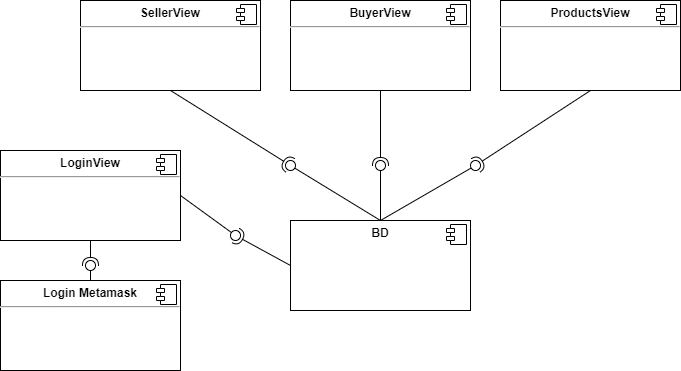
The draw.io diagram ComponentsDiagram.png in andiazo/ITRM-react-project0, before a commit. Source tidied: cells renumbered, new cells last; positions are measured from the earlier drawing's top-left corner, leaving out a move shared by most shapes.
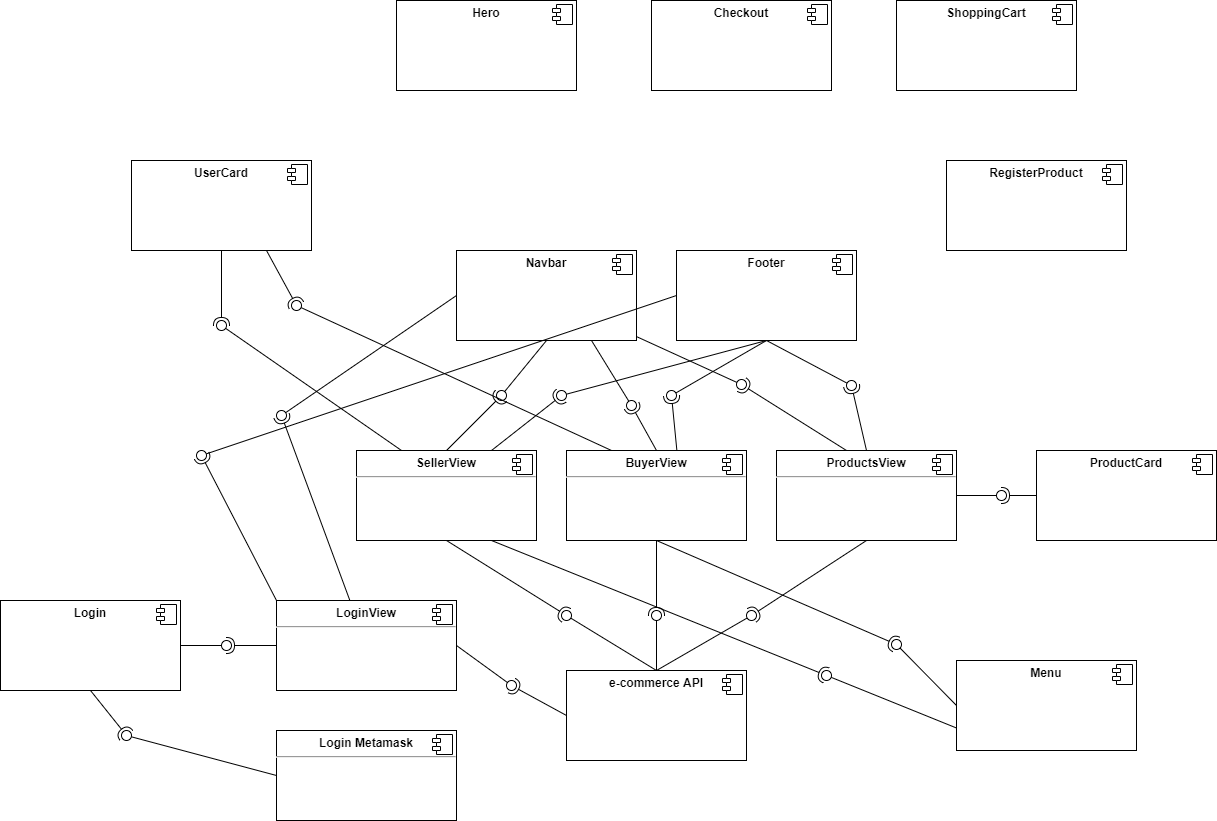
After the change.

Commit message:
Update component diagrams

The edit, as a diff of the source:
```diff
@@ -10,7 +10,7 @@
         <mxPoint x="-24" y="4" as="offset" />
       </mxGeometry>
     </mxCell>
-    <mxCell id="4" value="&lt;p style=&quot;margin: 0px ; margin-top: 6px ; text-align: center&quot;&gt;&lt;b&gt;BD&lt;/b&gt;&lt;/p&gt;&lt;p style=&quot;margin: 0px ; margin-left: 8px&quot;&gt;&lt;br&gt;&lt;/p&gt;" style="align=left;overflow=fill;html=1;" parent="1" vertex="1">
+    <mxCell id="4" value="&lt;p style=&quot;margin: 0px ; margin-top: 6px ; text-align: center&quot;&gt;&lt;b&gt;e-commerce API&lt;/b&gt;&lt;/p&gt;&lt;p style=&quot;margin: 0px ; margin-left: 8px&quot;&gt;&lt;br&gt;&lt;/p&gt;" style="align=left;overflow=fill;html=1;" parent="1" vertex="1">
       <mxGeometry x="290" y="220" width="180" height="90" as="geometry" />
     </mxCell>
     <mxCell id="5" style="shape=component;jettyWidth=8;jettyHeight=4;" parent="4" vertex="1">
@@ -86,14 +86,222 @@
         <mxPoint x="-24" y="4" as="offset" />
       </mxGeometry>
     </mxCell>
-    <mxCell id="26" style="rounded=0;jettySize=auto;html=1;endArrow=none;endFill=0;sketch=0;sourcePerimeterSpacing=0;targetPerimeterSpacing=0;exitX=0.5;exitY=0;exitDx=0;exitDy=0;" parent="1" edge="1" source="24" target="28">
+    <mxCell id="26" style="rounded=0;jettySize=auto;html=1;endArrow=none;endFill=0;sketch=0;sourcePerimeterSpacing=0;targetPerimeterSpacing=0;exitX=0;exitY=0.5;exitDx=0;exitDy=0;" parent="1" edge="1" source="24" target="28">
       <mxGeometry relative="1" as="geometry" />
     </mxCell>
-    <mxCell id="27" style="rounded=0;jettySize=auto;html=1;endArrow=halfCircle;endFill=0;entryX=0.5;entryY=0.5;endSize=6;strokeWidth=1;sketch=0;exitX=0.5;exitY=1;exitDx=0;exitDy=0;" parent="1" edge="1" source="19" target="28">
+    <mxCell id="27" style="rounded=0;jettySize=auto;html=1;endArrow=halfCircle;endFill=0;entryX=0.5;entryY=0.5;endSize=6;strokeWidth=1;sketch=0;exitX=0.5;exitY=1;exitDx=0;exitDy=0;" parent="1" edge="1" source="35" target="28">
       <mxGeometry relative="1" as="geometry" />
     </mxCell>
     <mxCell id="28" style="ellipse;whiteSpace=wrap;html=1;align=center;points=[];outlineConnect=0;sketch=0;" parent="1" vertex="1">
-      <mxGeometry x="85" y="260" width="10" height="10" as="geometry" />
+      <mxGeometry x="-155" y="280" width="10" height="10" as="geometry" />
     </mxCell>
+    <mxCell id="29" value="&lt;p style=&quot;margin: 0px ; margin-top: 6px ; text-align: center&quot;&gt;&lt;b&gt;Navbar&lt;/b&gt;&lt;/p&gt;&lt;p style=&quot;margin: 0px ; margin-left: 8px&quot;&gt;&lt;br&gt;&lt;/p&gt;" style="align=left;overflow=fill;html=1;" parent="1" vertex="1">
+      <mxGeometry x="180" y="-200" width="180" height="90" as="geometry" />
+    </mxCell>
+    <mxCell id="30" style="shape=component;jettyWidth=8;jettyHeight=4;" parent="29" vertex="1">
+      <mxGeometry x="1" width="20" height="20" relative="1" as="geometry">
+        <mxPoint x="-24" y="4" as="offset" />
+      </mxGeometry>
+    </mxCell>
+    <mxCell id="31" value="&lt;p style=&quot;margin: 0px ; margin-top: 6px ; text-align: center&quot;&gt;&lt;b&gt;Footer&lt;/b&gt;&lt;/p&gt;" style="align=left;overflow=fill;html=1;" parent="1" vertex="1">
+      <mxGeometry x="400" y="-200" width="180" height="90" as="geometry" />
+    </mxCell>
+    <mxCell id="32" style="shape=component;jettyWidth=8;jettyHeight=4;" parent="31" vertex="1">
+      <mxGeometry x="1" width="20" height="20" relative="1" as="geometry">
+        <mxPoint x="-24" y="4" as="offset" />
+      </mxGeometry>
+    </mxCell>
+    <mxCell id="33" value="&lt;p style=&quot;margin: 0px ; margin-top: 6px ; text-align: center&quot;&gt;&lt;b&gt;ProductCard&lt;/b&gt;&lt;/p&gt;" style="align=left;overflow=fill;html=1;" parent="1" vertex="1">
+      <mxGeometry x="760" width="180" height="90" as="geometry" />
+    </mxCell>
+    <mxCell id="34" style="shape=component;jettyWidth=8;jettyHeight=4;" parent="33" vertex="1">
+      <mxGeometry x="1" width="20" height="20" relative="1" as="geometry">
+        <mxPoint x="-24" y="4" as="offset" />
+      </mxGeometry>
+    </mxCell>
+    <mxCell id="35" value="&lt;p style=&quot;margin: 0px ; margin-top: 6px ; text-align: center&quot;&gt;&lt;b&gt;Login&lt;/b&gt;&lt;/p&gt;" style="align=left;overflow=fill;html=1;" parent="1" vertex="1">
+      <mxGeometry x="-276" y="150" width="180" height="90" as="geometry" />
+    </mxCell>
+    <mxCell id="36" style="shape=component;jettyWidth=8;jettyHeight=4;" parent="35" vertex="1">
+      <mxGeometry x="1" width="20" height="20" relative="1" as="geometry">
+        <mxPoint x="-24" y="4" as="offset" />
+      </mxGeometry>
+    </mxCell>
+    <mxCell id="37" value="&lt;p style=&quot;margin: 0px ; margin-top: 6px ; text-align: center&quot;&gt;&lt;b&gt;UserCard&lt;/b&gt;&lt;/p&gt;" style="align=left;overflow=fill;html=1;" parent="1" vertex="1">
+      <mxGeometry x="-145" y="-290" width="180" height="90" as="geometry" />
+    </mxCell>
+    <mxCell id="38" style="shape=component;jettyWidth=8;jettyHeight=4;" parent="37" vertex="1">
+      <mxGeometry x="1" width="20" height="20" relative="1" as="geometry">
+        <mxPoint x="-24" y="4" as="offset" />
+      </mxGeometry>
+    </mxCell>
+    <mxCell id="39" value="&lt;p style=&quot;margin: 0px ; margin-top: 6px ; text-align: center&quot;&gt;&lt;b&gt;Checkout&lt;/b&gt;&lt;/p&gt;" style="align=left;overflow=fill;html=1;" parent="1" vertex="1">
+      <mxGeometry x="375" y="-450" width="180" height="90" as="geometry" />
+    </mxCell>
+    <mxCell id="40" style="shape=component;jettyWidth=8;jettyHeight=4;" parent="39" vertex="1">
+      <mxGeometry x="1" width="20" height="20" relative="1" as="geometry">
+        <mxPoint x="-24" y="4" as="offset" />
+      </mxGeometry>
+    </mxCell>
+    <mxCell id="41" value="&lt;p style=&quot;margin: 0px ; margin-top: 6px ; text-align: center&quot;&gt;&lt;b&gt;ShoppingCart&lt;/b&gt;&lt;/p&gt;" style="align=left;overflow=fill;html=1;" parent="1" vertex="1">
+      <mxGeometry x="620" y="-450" width="180" height="90" as="geometry" />
+    </mxCell>
+    <mxCell id="42" style="shape=component;jettyWidth=8;jettyHeight=4;" parent="41" vertex="1">
+      <mxGeometry x="1" width="20" height="20" relative="1" as="geometry">
+        <mxPoint x="-24" y="4" as="offset" />
+      </mxGeometry>
+    </mxCell>
+    <mxCell id="43" value="&lt;p style=&quot;margin: 0px ; margin-top: 6px ; text-align: center&quot;&gt;&lt;b&gt;RegisterProduct&lt;/b&gt;&lt;/p&gt;" style="align=left;overflow=fill;html=1;" parent="1" vertex="1">
+      <mxGeometry x="670" y="-290" width="180" height="90" as="geometry" />
+    </mxCell>
+    <mxCell id="44" style="shape=component;jettyWidth=8;jettyHeight=4;" parent="43" vertex="1">
+      <mxGeometry x="1" width="20" height="20" relative="1" as="geometry">
+        <mxPoint x="-24" y="4" as="offset" />
+      </mxGeometry>
+    </mxCell>
+    <mxCell id="45" value="&lt;p style=&quot;margin: 0px ; margin-top: 6px ; text-align: center&quot;&gt;&lt;b&gt;Menu&lt;/b&gt;&lt;/p&gt;" style="align=left;overflow=fill;html=1;" parent="1" vertex="1">
+      <mxGeometry x="680" y="210" width="180" height="90" as="geometry" />
+    </mxCell>
+    <mxCell id="46" style="shape=component;jettyWidth=8;jettyHeight=4;" parent="45" vertex="1">
+      <mxGeometry x="1" width="20" height="20" relative="1" as="geometry">
+        <mxPoint x="-24" y="4" as="offset" />
+      </mxGeometry>
+    </mxCell>
+    <mxCell id="47" value="&lt;p style=&quot;margin: 0px ; margin-top: 6px ; text-align: center&quot;&gt;&lt;b&gt;Hero&lt;/b&gt;&lt;/p&gt;" style="align=left;overflow=fill;html=1;" parent="1" vertex="1">
+      <mxGeometry x="120" y="-450" width="180" height="90" as="geometry" />
+    </mxCell>
+    <mxCell id="48" style="shape=component;jettyWidth=8;jettyHeight=4;" parent="47" vertex="1">
+      <mxGeometry x="1" width="20" height="20" relative="1" as="geometry">
+        <mxPoint x="-24" y="4" as="offset" />
+      </mxGeometry>
+    </mxCell>
+    <mxCell id="49" style="rounded=0;jettySize=auto;html=1;endArrow=none;endFill=0;sketch=0;sourcePerimeterSpacing=0;targetPerimeterSpacing=0;exitX=0.5;exitY=1;exitDx=0;exitDy=0;" parent="1" edge="1" source="29" target="51">
+      <mxGeometry relative="1" as="geometry" />
+    </mxCell>
+    <mxCell id="50" style="rounded=0;jettySize=auto;html=1;endArrow=halfCircle;endFill=0;entryX=0.5;entryY=0.5;endSize=6;strokeWidth=1;sketch=0;exitX=0.5;exitY=0;exitDx=0;exitDy=0;" parent="1" edge="1" source="2" target="51">
+      <mxGeometry relative="1" as="geometry" />
+    </mxCell>
+    <mxCell id="51" style="ellipse;whiteSpace=wrap;html=1;align=center;points=[];outlineConnect=0;sketch=0;" parent="1" vertex="1">
+      <mxGeometry x="220" y="-60" width="10" height="10" as="geometry" />
+    </mxCell>
+    <mxCell id="52" style="rounded=0;jettySize=auto;html=1;endArrow=none;endFill=0;sketch=0;sourcePerimeterSpacing=0;targetPerimeterSpacing=0;exitX=0.75;exitY=1;exitDx=0;exitDy=0;" parent="1" edge="1" source="29" target="54">
+      <mxGeometry relative="1" as="geometry" />
+    </mxCell>
+    <mxCell id="53" style="rounded=0;jettySize=auto;html=1;endArrow=halfCircle;endFill=0;entryX=0.5;entryY=0.5;endSize=6;strokeWidth=1;sketch=0;exitX=0.5;exitY=0;exitDx=0;exitDy=0;" parent="1" edge="1" source="9" target="54">
+      <mxGeometry relative="1" as="geometry" />
+    </mxCell>
+    <mxCell id="54" style="ellipse;whiteSpace=wrap;html=1;align=center;points=[];outlineConnect=0;sketch=0;" parent="1" vertex="1">
+      <mxGeometry x="350" y="-50" width="10" height="10" as="geometry" />
+    </mxCell>
+    <mxCell id="55" style="rounded=0;jettySize=auto;html=1;endArrow=none;endFill=0;sketch=0;sourcePerimeterSpacing=0;targetPerimeterSpacing=0;" parent="1" edge="1" source="29" target="57">
+      <mxGeometry relative="1" as="geometry" />
+    </mxCell>
+    <mxCell id="56" style="rounded=0;jettySize=auto;html=1;endArrow=halfCircle;endFill=0;entryX=0.5;entryY=0.5;endSize=6;strokeWidth=1;sketch=0;" parent="1" edge="1" target="57">
+      <mxGeometry relative="1" as="geometry">
+        <mxPoint x="570" as="sourcePoint" />
+      </mxGeometry>
+    </mxCell>
+    <mxCell id="57" style="ellipse;whiteSpace=wrap;html=1;align=center;points=[];outlineConnect=0;sketch=0;" parent="1" vertex="1">
+      <mxGeometry x="460" y="-71" width="10" height="10" as="geometry" />
+    </mxCell>
+    <mxCell id="58" style="rounded=0;jettySize=auto;html=1;endArrow=none;endFill=0;sketch=0;sourcePerimeterSpacing=0;targetPerimeterSpacing=0;exitX=0.5;exitY=1;exitDx=0;exitDy=0;" parent="1" edge="1" source="31" target="60">
+      <mxGeometry relative="1" as="geometry" />
+    </mxCell>
+    <mxCell id="59" style="rounded=0;jettySize=auto;html=1;endArrow=halfCircle;endFill=0;entryX=0.5;entryY=0.5;endSize=6;strokeWidth=1;sketch=0;exitX=0.75;exitY=0;exitDx=0;exitDy=0;" parent="1" edge="1" source="2" target="60">
+      <mxGeometry relative="1" as="geometry" />
+    </mxCell>
+    <mxCell id="60" style="ellipse;whiteSpace=wrap;html=1;align=center;points=[];outlineConnect=0;sketch=0;" parent="1" vertex="1">
+      <mxGeometry x="280" y="-60" width="10" height="10" as="geometry" />
+    </mxCell>
+    <mxCell id="61" style="rounded=0;jettySize=auto;html=1;endArrow=none;endFill=0;sketch=0;sourcePerimeterSpacing=0;targetPerimeterSpacing=0;exitX=0.5;exitY=1;exitDx=0;exitDy=0;" parent="1" edge="1" source="31" target="63">
+      <mxGeometry relative="1" as="geometry" />
+    </mxCell>
+    <mxCell id="62" style="rounded=0;jettySize=auto;html=1;endArrow=halfCircle;endFill=0;entryX=0.5;entryY=0.5;endSize=6;strokeWidth=1;sketch=0;exitX=0.613;exitY=-0.004;exitDx=0;exitDy=0;exitPerimeter=0;" parent="1" edge="1" source="9" target="63">
+      <mxGeometry relative="1" as="geometry" />
+    </mxCell>
+    <mxCell id="63" style="ellipse;whiteSpace=wrap;html=1;align=center;points=[];outlineConnect=0;sketch=0;" parent="1" vertex="1">
+      <mxGeometry x="390" y="-60" width="10" height="10" as="geometry" />
+    </mxCell>
+    <mxCell id="64" style="rounded=0;jettySize=auto;html=1;endArrow=none;endFill=0;sketch=0;sourcePerimeterSpacing=0;targetPerimeterSpacing=0;exitX=0.5;exitY=1;exitDx=0;exitDy=0;" parent="1" edge="1" source="31" target="66">
+      <mxGeometry relative="1" as="geometry" />
+    </mxCell>
+    <mxCell id="65" style="rounded=0;jettySize=auto;html=1;endArrow=halfCircle;endFill=0;entryX=0.5;entryY=0.5;endSize=6;strokeWidth=1;sketch=0;exitX=0.5;exitY=0;exitDx=0;exitDy=0;" parent="1" edge="1" source="11" target="66">
+      <mxGeometry relative="1" as="geometry" />
+    </mxCell>
+    <mxCell id="66" style="ellipse;whiteSpace=wrap;html=1;align=center;points=[];outlineConnect=0;sketch=0;" parent="1" vertex="1">
+      <mxGeometry x="570" y="-70" width="10" height="10" as="geometry" />
+    </mxCell>
+    <mxCell id="67" style="rounded=0;jettySize=auto;html=1;endArrow=none;endFill=0;sketch=0;sourcePerimeterSpacing=0;targetPerimeterSpacing=0;exitX=0;exitY=0.5;exitDx=0;exitDy=0;" parent="1" edge="1" source="29" target="69">
+      <mxGeometry relative="1" as="geometry" />
+    </mxCell>
+    <mxCell id="68" style="rounded=0;jettySize=auto;html=1;endArrow=halfCircle;endFill=0;entryX=0.5;entryY=0.5;endSize=6;strokeWidth=1;sketch=0;" parent="1" edge="1" source="19" target="69">
+      <mxGeometry relative="1" as="geometry" />
+    </mxCell>
+    <mxCell id="69" style="ellipse;whiteSpace=wrap;html=1;align=center;points=[];outlineConnect=0;sketch=0;" parent="1" vertex="1">
+      <mxGeometry y="-40" width="10" height="10" as="geometry" />
+    </mxCell>
+    <mxCell id="70" style="rounded=0;jettySize=auto;html=1;endArrow=none;endFill=0;sketch=0;sourcePerimeterSpacing=0;targetPerimeterSpacing=0;exitX=0;exitY=0.5;exitDx=0;exitDy=0;" parent="1" edge="1" source="31" target="72">
+      <mxGeometry relative="1" as="geometry" />
+    </mxCell>
+    <mxCell id="71" style="rounded=0;jettySize=auto;html=1;endArrow=halfCircle;endFill=0;entryX=0.5;entryY=0.5;endSize=6;strokeWidth=1;sketch=0;exitX=0;exitY=0;exitDx=0;exitDy=0;" parent="1" edge="1" source="19" target="72">
+      <mxGeometry relative="1" as="geometry" />
+    </mxCell>
+    <mxCell id="72" style="ellipse;whiteSpace=wrap;html=1;align=center;points=[];outlineConnect=0;sketch=0;" parent="1" vertex="1">
+      <mxGeometry x="-80" width="10" height="10" as="geometry" />
+    </mxCell>
+    <mxCell id="73" style="rounded=0;jettySize=auto;html=1;endArrow=none;endFill=0;sketch=0;sourcePerimeterSpacing=0;targetPerimeterSpacing=0;" parent="1" edge="1" source="35" target="75">
+      <mxGeometry relative="1" as="geometry" />
+    </mxCell>
+    <mxCell id="74" style="rounded=0;jettySize=auto;html=1;endArrow=halfCircle;endFill=0;entryX=0.5;entryY=0.5;endSize=6;strokeWidth=1;sketch=0;exitX=0;exitY=0.5;exitDx=0;exitDy=0;" parent="1" edge="1" source="19" target="75">
+      <mxGeometry relative="1" as="geometry" />
+    </mxCell>
+    <mxCell id="75" style="ellipse;whiteSpace=wrap;html=1;align=center;points=[];outlineConnect=0;sketch=0;" parent="1" vertex="1">
+      <mxGeometry x="-55" y="190" width="10" height="10" as="geometry" />
+    </mxCell>
+    <mxCell id="76" style="rounded=0;jettySize=auto;html=1;endArrow=none;endFill=0;sketch=0;sourcePerimeterSpacing=0;targetPerimeterSpacing=0;exitX=1;exitY=0.5;exitDx=0;exitDy=0;" parent="1" edge="1" source="11" target="78">
+      <mxGeometry relative="1" as="geometry" />
+    </mxCell>
+    <mxCell id="77" style="rounded=0;jettySize=auto;html=1;endArrow=halfCircle;endFill=0;entryX=0.5;entryY=0.5;endSize=6;strokeWidth=1;sketch=0;exitX=0;exitY=0.5;exitDx=0;exitDy=0;" parent="1" edge="1" source="33" target="78">
+      <mxGeometry relative="1" as="geometry" />
+    </mxCell>
+    <mxCell id="78" style="ellipse;whiteSpace=wrap;html=1;align=center;points=[];outlineConnect=0;sketch=0;" parent="1" vertex="1">
+      <mxGeometry x="720" y="40" width="10" height="10" as="geometry" />
+    </mxCell>
+    <mxCell id="79" style="rounded=0;jettySize=auto;html=1;endArrow=none;endFill=0;sketch=0;sourcePerimeterSpacing=0;targetPerimeterSpacing=0;exitX=0.25;exitY=0;exitDx=0;exitDy=0;" parent="1" edge="1" source="2" target="81">
+      <mxGeometry relative="1" as="geometry" />
+    </mxCell>
+    <mxCell id="80" style="rounded=0;jettySize=auto;html=1;endArrow=halfCircle;endFill=0;entryX=0.5;entryY=0.5;endSize=6;strokeWidth=1;sketch=0;exitX=0.5;exitY=1;exitDx=0;exitDy=0;" parent="1" edge="1" source="37" target="81">
+      <mxGeometry relative="1" as="geometry" />
+    </mxCell>
+    <mxCell id="81" style="ellipse;whiteSpace=wrap;html=1;align=center;points=[];outlineConnect=0;sketch=0;" parent="1" vertex="1">
+      <mxGeometry x="-60" y="-130" width="10" height="10" as="geometry" />
+    </mxCell>
+    <mxCell id="82" style="rounded=0;jettySize=auto;html=1;endArrow=none;endFill=0;sketch=0;sourcePerimeterSpacing=0;targetPerimeterSpacing=0;exitX=0.25;exitY=0;exitDx=0;exitDy=0;" parent="1" edge="1" source="9" target="84">
+      <mxGeometry relative="1" as="geometry" />
+    </mxCell>
+    <mxCell id="83" style="rounded=0;jettySize=auto;html=1;endArrow=halfCircle;endFill=0;entryX=0.5;entryY=0.5;endSize=6;strokeWidth=1;sketch=0;exitX=0.75;exitY=1;exitDx=0;exitDy=0;" parent="1" edge="1" source="37" target="84">
+      <mxGeometry relative="1" as="geometry" />
+    </mxCell>
+    <mxCell id="84" style="ellipse;whiteSpace=wrap;html=1;align=center;points=[];outlineConnect=0;sketch=0;" parent="1" vertex="1">
+      <mxGeometry x="15" y="-150" width="10" height="10" as="geometry" />
+    </mxCell>
+    <mxCell id="85" style="rounded=0;jettySize=auto;html=1;endArrow=none;endFill=0;sketch=0;sourcePerimeterSpacing=0;targetPerimeterSpacing=0;exitX=0;exitY=0.5;exitDx=0;exitDy=0;" parent="1" edge="1" source="45" target="87">
+      <mxGeometry relative="1" as="geometry" />
+    </mxCell>
+    <mxCell id="86" style="rounded=0;jettySize=auto;html=1;endArrow=halfCircle;endFill=0;entryX=0.5;entryY=0.5;endSize=6;strokeWidth=1;sketch=0;exitX=0.5;exitY=1;exitDx=0;exitDy=0;" parent="1" edge="1" source="9" target="87">
+      <mxGeometry relative="1" as="geometry" />
+    </mxCell>
+    <mxCell id="87" style="ellipse;whiteSpace=wrap;html=1;align=center;points=[];outlineConnect=0;sketch=0;" parent="1" vertex="1">
+      <mxGeometry x="615" y="189" width="10" height="10" as="geometry" />
+    </mxCell>
+    <mxCell id="88" style="rounded=0;jettySize=auto;html=1;endArrow=none;endFill=0;sketch=0;sourcePerimeterSpacing=0;targetPerimeterSpacing=0;exitX=0;exitY=0.75;exitDx=0;exitDy=0;" parent="1" edge="1" source="45" target="90">
+      <mxGeometry relative="1" as="geometry" />
+    </mxCell>
+    <mxCell id="89" style="rounded=0;jettySize=auto;html=1;endArrow=halfCircle;endFill=0;entryX=0.5;entryY=0.5;endSize=6;strokeWidth=1;sketch=0;exitX=0.75;exitY=1;exitDx=0;exitDy=0;" parent="1" edge="1" source="2" target="90">
+      <mxGeometry relative="1" as="geometry" />
+    </mxCell>
+    <mxCell id="90" style="ellipse;whiteSpace=wrap;html=1;align=center;points=[];outlineConnect=0;sketch=0;" parent="1" vertex="1">
+      <mxGeometry x="545" y="220" width="10" height="10" as="geometry" />
+    </mxCell>
   </root>
 </mxGraphModel>
```
